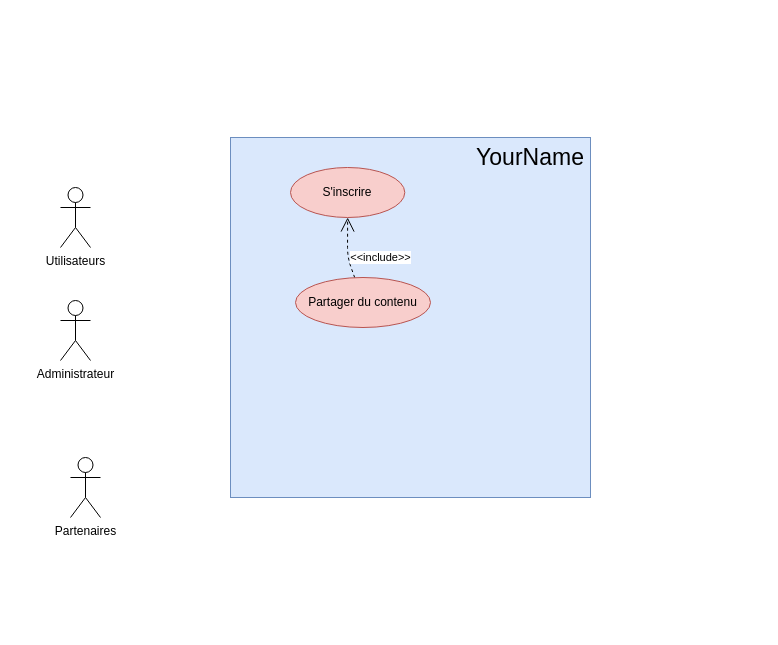
Before: usecase.drawio in YoannValero/YourName, a draw.io diagram. Source tidied: cells renumbered, new cells numbered last; positions are measured from the earlier drawing's top-left corner, leaving out a move shared by most shapes. Both pictures are drawn from the tidied source at 100%, with x=0, y=0 at pixel (60, 137).
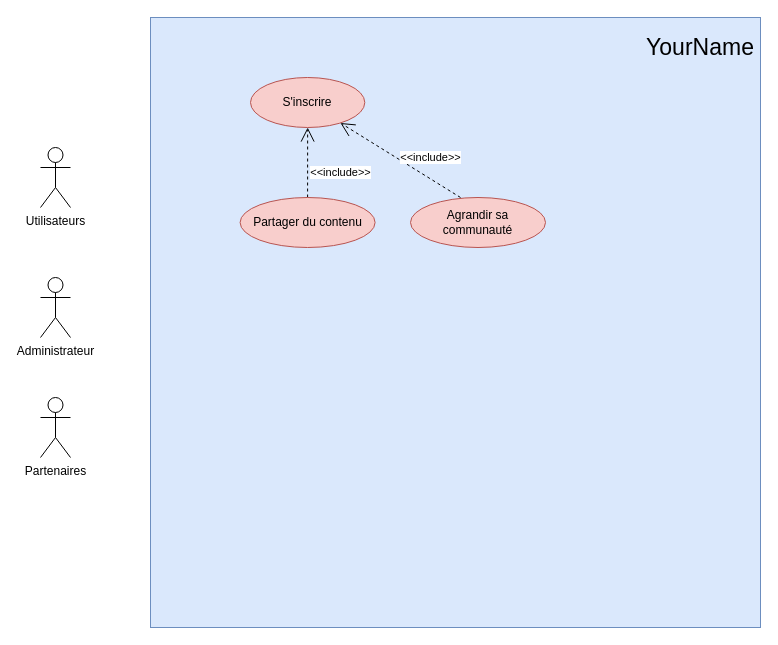
Above is the later version.

Diff of the diagram source:
```diff
@@
 <mxGraphModel background="#ffffff">
   <root>
     <mxCell id="0" />
     <mxCell id="1" parent="0" />
     <mxCell id="2" style="whiteSpace=wrap;html=1;fillColor=#dae8fc;strokeColor=#6c8ebf;align=center;" parent="1" vertex="1">
-      <mxGeometry x="170" width="360" height="360" as="geometry" />
+      <mxGeometry x="90" y="-120" width="610" height="610" as="geometry" />
     </mxCell>
     <mxCell id="3" value="&lt;font style=&quot;font-size: 23px&quot;&gt;YourName&lt;/font&gt;" style="text;html=1;align=center;verticalAlign=middle;whiteSpace=wrap;rounded=0;" parent="1" vertex="1">
-      <mxGeometry x="450" y="10" width="40" height="20" as="geometry" />
+      <mxGeometry x="620" y="-100" width="40" height="20" as="geometry" />
     </mxCell>
     <mxCell id="4" value="Utilisateurs" style="shape=umlActor;verticalLabelPosition=bottom;verticalAlign=top;html=1;fillColor=none;" parent="1" vertex="1">
-      <mxGeometry y="50" width="30" height="60" as="geometry" />
+      <mxGeometry x="-20" y="10" width="30" height="60" as="geometry" />
     </mxCell>
     <mxCell id="5" value="Administrateur" style="shape=umlActor;verticalLabelPosition=bottom;verticalAlign=top;html=1;fillColor=none;" parent="1" vertex="1">
-      <mxGeometry y="163" width="30" height="60" as="geometry" />
+      <mxGeometry x="-20" y="140" width="30" height="60" as="geometry" />
     </mxCell>
     <mxCell id="6" value="Partenaires" style="shape=umlActor;verticalLabelPosition=bottom;verticalAlign=top;html=1;fillColor=none;" parent="1" vertex="1">
-      <mxGeometry x="10" y="320" width="30" height="60" as="geometry" />
+      <mxGeometry x="-20" y="260" width="30" height="60" as="geometry" />
     </mxCell>
     <mxCell id="7" value="S'inscrire" style="ellipse;whiteSpace=wrap;html=1;fillColor=#f8cecc;strokeColor=#b85450;" parent="1" vertex="1">
-      <mxGeometry x="230" y="30" width="114.3" height="50" as="geometry" />
+      <mxGeometry x="190" y="-60" width="114.3" height="50" as="geometry" />
     </mxCell>
     <mxCell id="8" value="&amp;lt;&amp;lt;include&amp;gt;&amp;gt;" style="endArrow=open;endSize=12;dashed=1;html=1;entryX=0.5;entryY=1;entryDx=0;entryDy=0;" parent="1" edge="1" source="9" target="7">
-      <mxGeometry x="-0.3" y="-33" relative="1" as="geometry">
-        <Array as="points">
-          <mxPoint x="287" y="120" />
-        </Array>
-      </mxGeometry>
+      <mxGeometry x="-0.3" y="-33" relative="1" as="geometry" />
     </mxCell>
     <mxCell id="9" value="Partager du contenu" style="ellipse;whiteSpace=wrap;html=1;fillColor=#f8cecc;strokeColor=#b85450;" parent="1" vertex="1">
-      <mxGeometry x="235" y="140" width="135" height="50" as="geometry" />
+      <mxGeometry x="179.6" y="60" width="135" height="50" as="geometry" />
     </mxCell>
+    <mxCell id="10" value="Agrandir sa communauté" style="ellipse;whiteSpace=wrap;html=1;fillColor=#f8cecc;strokeColor=#b85450;" parent="1" vertex="1">
+      <mxGeometry x="350" y="60" width="135" height="50" as="geometry" />
+    </mxCell>
+    <mxCell id="11" value="&amp;lt;&amp;lt;include&amp;gt;&amp;gt;" style="endArrow=open;endSize=12;dashed=1;html=1;" parent="1" edge="1" target="7">
+      <mxGeometry x="-0.34" y="-18" relative="1" as="geometry">
+        <mxPoint x="400" y="60" as="sourcePoint" />
+      </mxGeometry>
+    </mxCell>
   </root>
 </mxGraphModel>
```
